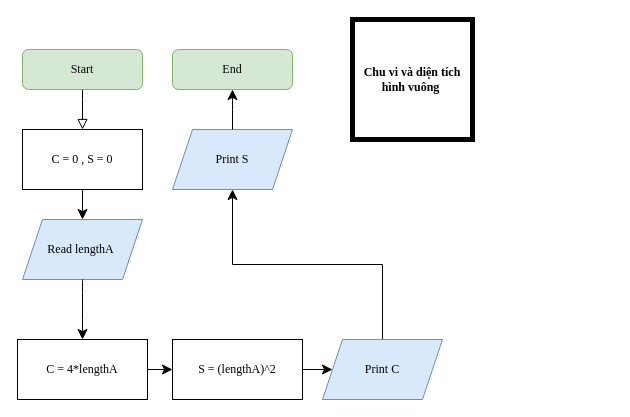
The draw.io diagram page "Hình vuông" (1 of 4) of Exercise1_11.drawio in LONGDKZdev/Flowchart, before the edit. Source tidied: cells renumbered, new cells numbered last; positions are measured from the earlier drawing's top-left corner, leaving out a move shared by most shapes. Both pictures are drawn from the tidied source at 100%, with x=0, y=0 at pixel (17, 19).
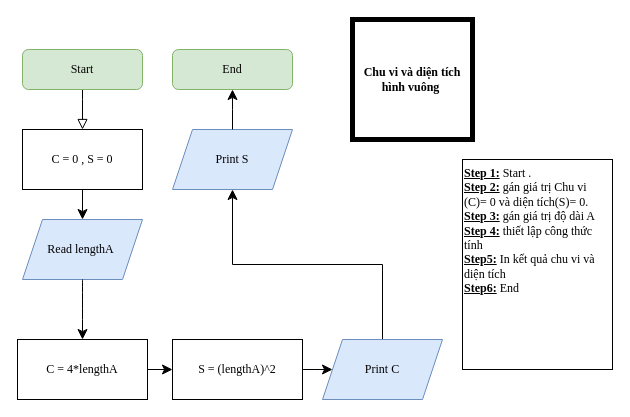
After the change.

Change to the diagram source:
```diff
@@
+    <mxCell id="18" value="&lt;u&gt;&lt;b&gt;Step 1:&lt;/b&gt;&lt;/u&gt; Start .&lt;div&gt;&lt;b style=&quot;text-decoration-line: underline;&quot;&gt;Step 2:&lt;/b&gt;&amp;nbsp;gán giá trị Chu vi (C)= 0 và diện tích(S)= 0.&lt;/div&gt;&lt;div&gt;&lt;u&gt;&lt;b&gt;Step 3:&lt;/b&gt;&lt;/u&gt;&amp;nbsp;gán giá trị độ dài A&lt;/div&gt;&lt;div&gt;&lt;b&gt;&lt;u&gt;Step 4:&lt;/u&gt; &lt;/b&gt;thiết lập công thức tính&lt;b&gt;&amp;nbsp;&amp;nbsp;&lt;/b&gt;&lt;/div&gt;&lt;div&gt;&lt;b&gt;&lt;u&gt;Step5:&lt;/u&gt; &lt;/b&gt;In kết quả chu vi và diện tích&amp;nbsp;&lt;/div&gt;&lt;div&gt;&lt;u style=&quot;background-color: rgb(255, 255, 255); font-weight: bold;&quot;&gt;Step6:&lt;/u&gt;&lt;span style=&quot;background-color: rgb(255, 255, 255);&quot;&gt;&amp;nbsp;End&lt;/span&gt;&lt;br&gt;&lt;/div&gt;" style="rounded=0;whiteSpace=wrap;html=1;horizontal=1;verticalAlign=top;align=left;fontFamily=Times New Roman;" parent="1" vertex="1">
+      <mxGeometry x="445" y="140" width="150" height="210" as="geometry" />
+    </mxCell>
```
